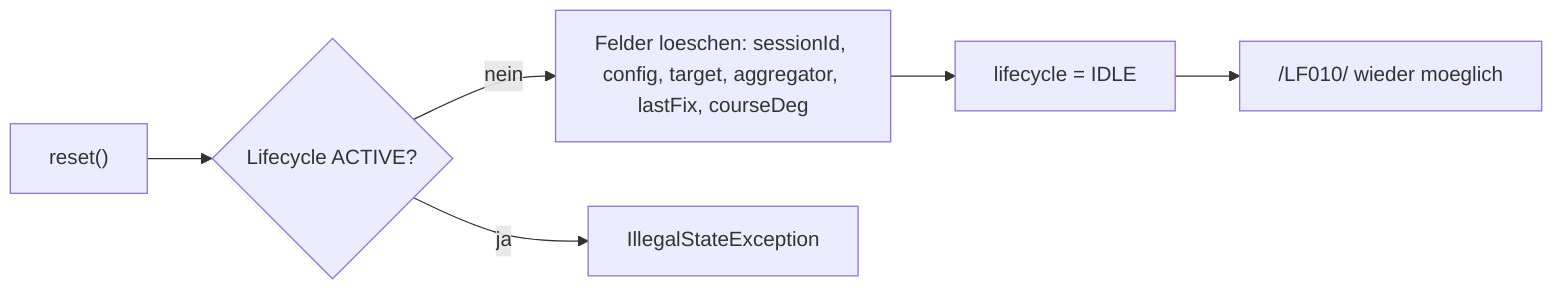
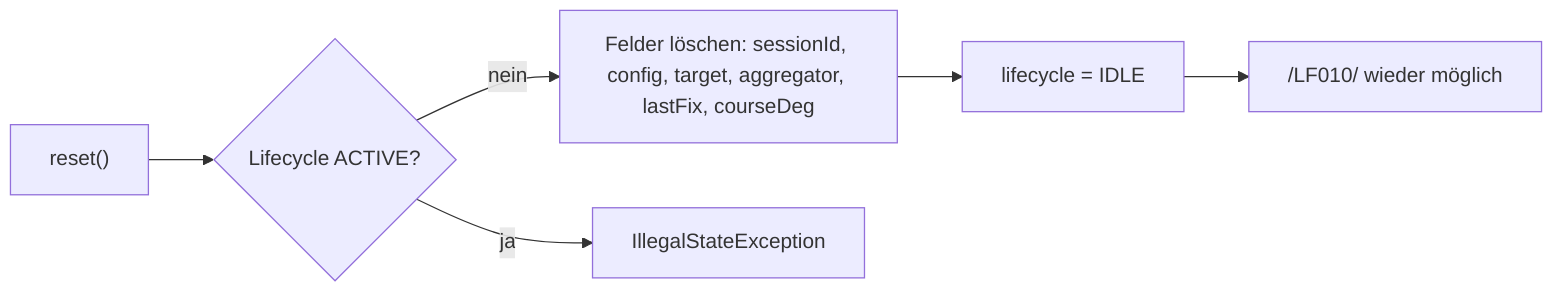
flowchart LR
  call["reset()"] --> active{"Lifecycle ACTIVE?"}
-   active -->|nein| clear["Felder loeschen: sessionId, config, target, aggregator, lastFix, courseDeg"]
+   active -->|nein| clear["Felder löschen: sessionId, config, target, aggregator, lastFix, courseDeg"]
  active -->|ja| ise["IllegalStateException"]
  clear --> idle["lifecycle = IDLE"]
-   idle --> ready["/LF010/ wieder moeglich"]
+   idle --> ready["/LF010/ wieder möglich"]
